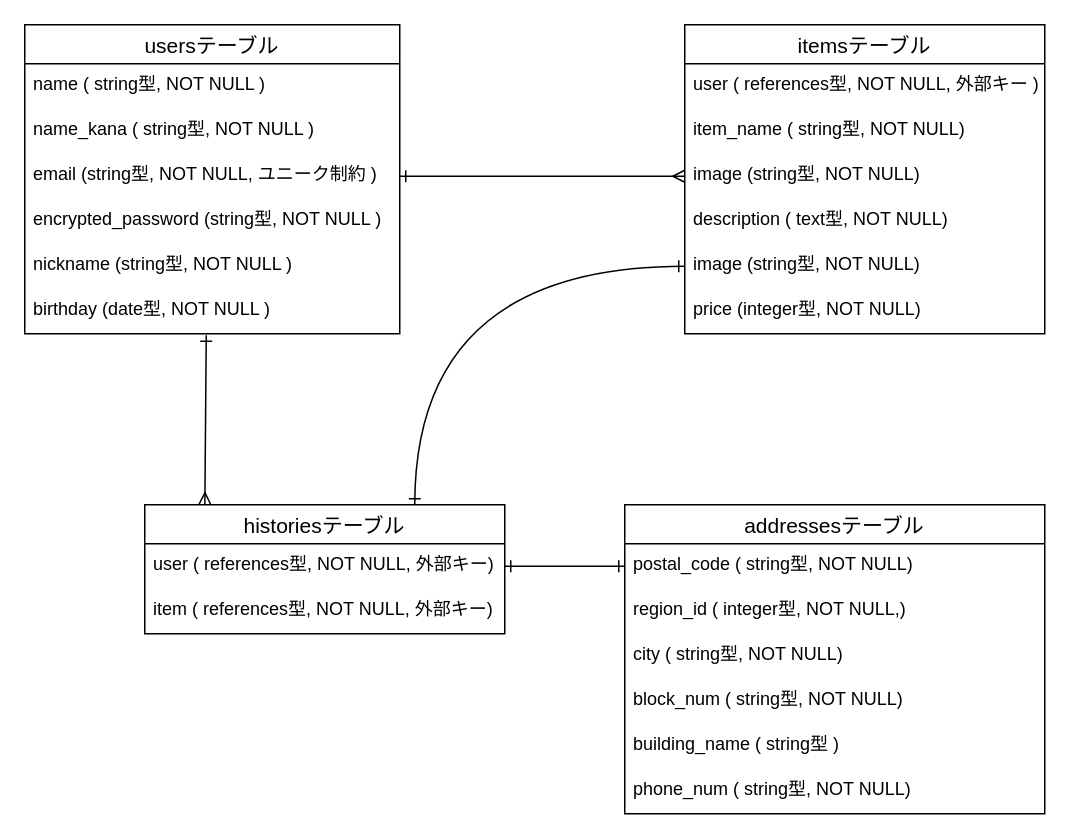
The draw.io diagram .dio in figsday/furima-36907, before the edit. Source tidied: cells renumbered, new cells numbered last; positions are measured from the earlier drawing's top-left corner, leaving out a move shared by most shapes. Both pictures are drawn from the tidied source at 150%, with x=0, y=0 at pixel (24, 24).
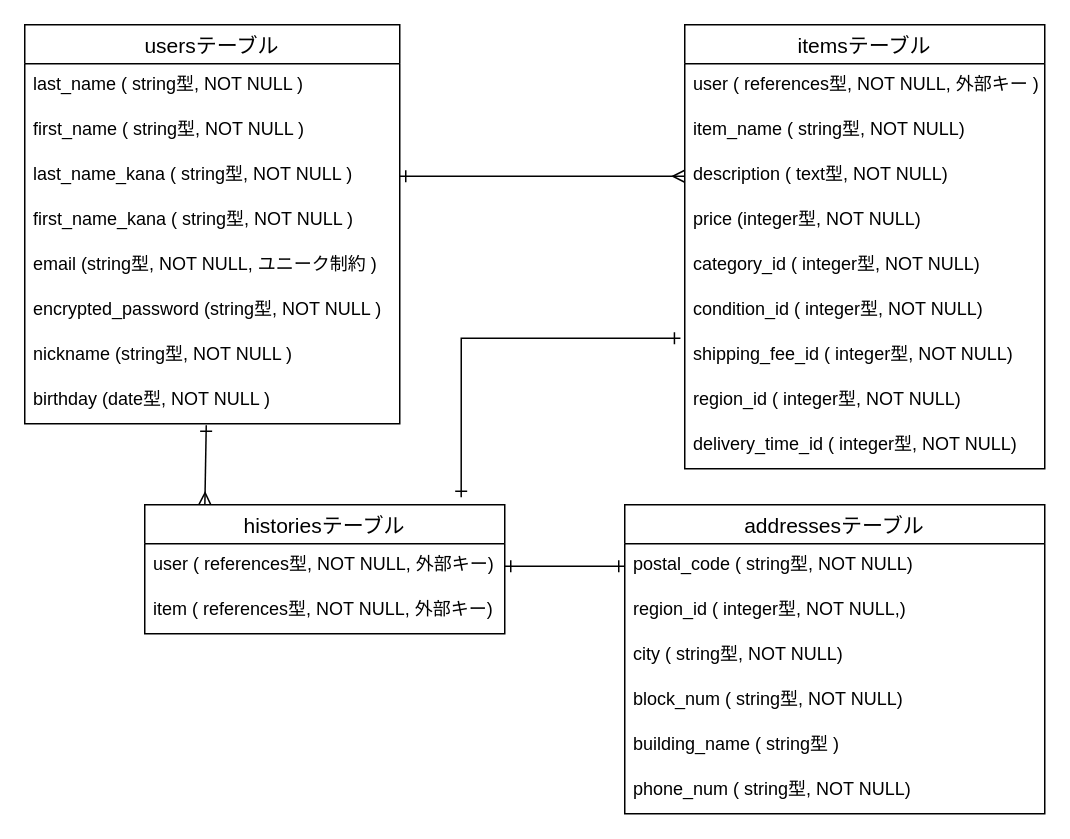
The same diagram, later.

Commit message (it also covers changes not shown here):
データベース修正6

The change refers to these unchanged cells:
```xml
<mxCell id="18" value="historiesテーブル" style="swimlane;fontStyle=0;horizontal=1;startSize=26;align=center;fontSize=14;" parent="1" vertex="1">
  <mxGeometry x="80" y="320" width="240" height="86" as="geometry" />
</mxCell>
```

The edit, as a diff of the source:
```diff
@@
     <mxCell id="2" value="usersテーブル" style="swimlane;fontStyle=0;horizontal=1;startSize=26;align=center;fontSize=14;" parent="1" vertex="1">
-      <mxGeometry width="250" height="206" as="geometry" />
+      <mxGeometry width="250" height="266" as="geometry" />
     </mxCell>
-    <mxCell id="3" value="name ( string型, NOT NULL )" style="text;strokeColor=none;fillColor=none;spacingLeft=4;spacingRight=4;overflow=hidden;fontSize=12;" parent="2" vertex="1">
+    <mxCell id="3" value="last_name ( string型, NOT NULL )" style="text;strokeColor=none;fillColor=none;spacingLeft=4;spacingRight=4;overflow=hidden;fontSize=12;" parent="2" vertex="1">
       <mxGeometry y="26" width="250" height="30" as="geometry" />
     </mxCell>
+    <mxCell id="30" value="first_name ( string型, NOT NULL )" style="text;strokeColor=none;fillColor=none;spacingLeft=4;spacingRight=4;overflow=hidden;fontSize=12;" parent="2" vertex="1">
+      <mxGeometry y="56" width="250" height="30" as="geometry" />
+    </mxCell>
-    <mxCell id="4" value="name_kana ( string型, NOT NULL )" style="text;strokeColor=none;fillColor=none;spacingLeft=4;spacingRight=4;overflow=hidden;fontSize=12;" parent="2" vertex="1">
-      <mxGeometry y="56" width="250" height="30" as="geometry" />
+    <mxCell id="4" value="last_name_kana ( string型, NOT NULL )" style="text;strokeColor=none;fillColor=none;spacingLeft=4;spacingRight=4;overflow=hidden;fontSize=12;" parent="2" vertex="1">
+      <mxGeometry y="86" width="250" height="30" as="geometry" />
     </mxCell>
+    <mxCell id="31" value="first_name_kana ( string型, NOT NULL )" style="text;strokeColor=none;fillColor=none;spacingLeft=4;spacingRight=4;overflow=hidden;fontSize=12;" parent="2" vertex="1">
+      <mxGeometry y="116" width="250" height="30" as="geometry" />
+    </mxCell>
     <mxCell id="5" value="email (string型, NOT NULL, ユニーク制約 )" style="text;strokeColor=none;fillColor=none;spacingLeft=4;spacingRight=4;overflow=hidden;points=[[0,0.5],[1,0.5]];portConstraint=eastwest;fontSize=12;" parent="2" vertex="1">
-      <mxGeometry y="86" width="250" height="30" as="geometry" />
+      <mxGeometry y="146" width="250" height="30" as="geometry" />
     </mxCell>
     <mxCell id="6" value="encrypted_password (string型, NOT NULL )" style="text;strokeColor=none;fillColor=none;spacingLeft=4;spacingRight=4;overflow=hidden;fontSize=12;" parent="2" vertex="1">
-      <mxGeometry y="116" width="250" height="30" as="geometry" />
+      <mxGeometry y="176" width="250" height="30" as="geometry" />
     </mxCell>
     <mxCell id="7" value="nickname (string型, NOT NULL )" style="text;strokeColor=none;fillColor=none;spacingLeft=4;spacingRight=4;overflow=hidden;fontSize=12;" parent="2" vertex="1">
-      <mxGeometry y="146" width="250" height="30" as="geometry" />
+      <mxGeometry y="206" width="250" height="30" as="geometry" />
     </mxCell>
     <mxCell id="8" value="birthday (date型, NOT NULL )" style="text;strokeColor=none;fillColor=none;spacingLeft=4;spacingRight=4;overflow=hidden;points=[[0,0.5],[1,0.5]];portConstraint=eastwest;fontSize=12;" parent="2" vertex="1">
-      <mxGeometry y="176" width="250" height="30" as="geometry" />
+      <mxGeometry y="236" width="250" height="30" as="geometry" />
     </mxCell>
     <mxCell id="9" value="itemsテーブル" style="swimlane;fontStyle=0;horizontal=1;startSize=26;align=center;fontSize=14;" parent="1" vertex="1">
-      <mxGeometry x="440" width="240" height="206" as="geometry" />
+      <mxGeometry x="440" width="240" height="296" as="geometry" />
     </mxCell>
@@
-    <mxCell id="12" value="image (string型, NOT NULL)" style="text;strokeColor=none;fillColor=none;spacingLeft=4;spacingRight=4;overflow=hidden;points=[[0,0.5],[1,0.5]];portConstraint=eastwest;fontSize=12;" parent="9" vertex="1">
-      <mxGeometry y="86" width="240" height="30" as="geometry" />
-    </mxCell>
     <mxCell id="13" value="description ( text型, NOT NULL)" style="text;strokeColor=none;fillColor=none;spacingLeft=4;spacingRight=4;overflow=hidden;fontSize=12;" parent="9" vertex="1">
-      <mxGeometry y="116" width="240" height="30" as="geometry" />
+      <mxGeometry y="86" width="240" height="30" as="geometry" />
     </mxCell>
-    <mxCell id="14" value="image (string型, NOT NULL)" style="text;strokeColor=none;fillColor=none;spacingLeft=4;spacingRight=4;overflow=hidden;points=[[0,0.5],[1,0.5]];portConstraint=eastwest;fontSize=12;" parent="9" vertex="1">
-      <mxGeometry y="146" width="240" height="30" as="geometry" />
-    </mxCell>
     <mxCell id="15" value="price (integer型, NOT NULL)" style="text;strokeColor=none;fillColor=none;spacingLeft=4;spacingRight=4;overflow=hidden;fontSize=12;" parent="9" vertex="1">
-      <mxGeometry y="176" width="240" height="30" as="geometry" />
+      <mxGeometry y="116" width="240" height="30" as="geometry" />
     </mxCell>
+    <mxCell id="32" value="category_id ( integer型, NOT NULL)" style="text;strokeColor=none;fillColor=none;spacingLeft=4;spacingRight=4;overflow=hidden;fontSize=12;" parent="9" vertex="1">
+      <mxGeometry y="146" width="240" height="30" as="geometry" />
+    </mxCell>
+    <mxCell id="33" value="condition_id ( integer型, NOT NULL)" style="text;strokeColor=none;fillColor=none;spacingLeft=4;spacingRight=4;overflow=hidden;fontSize=12;" parent="9" vertex="1">
+      <mxGeometry y="176" width="240" height="30" as="geometry" />
+    </mxCell>
+    <mxCell id="34" value="shipping_fee_id ( integer型, NOT NULL)" style="text;strokeColor=none;fillColor=none;spacingLeft=4;spacingRight=4;overflow=hidden;points=[[0,0.5],[1,0.5]];portConstraint=eastwest;fontSize=12;" parent="9" vertex="1">
+      <mxGeometry y="206" width="240" height="30" as="geometry" />
+    </mxCell>
+    <mxCell id="35" value="region_id ( integer型, NOT NULL)" style="text;strokeColor=none;fillColor=none;spacingLeft=4;spacingRight=4;overflow=hidden;fontSize=12;" parent="9" vertex="1">
+      <mxGeometry y="236" width="240" height="30" as="geometry" />
+    </mxCell>
+    <mxCell id="36" value="delivery_time_id ( integer型, NOT NULL)" style="text;strokeColor=none;fillColor=none;spacingLeft=4;spacingRight=4;overflow=hidden;fontSize=12;" parent="9" vertex="1">
+      <mxGeometry y="266" width="240" height="30" as="geometry" />
+    </mxCell>
@@
-    <mxCell id="17" style="edgeStyle=orthogonalEdgeStyle;rounded=0;jettySize=auto;html=1;exitX=0.75;exitY=0;exitDx=0;exitDy=0;startArrow=ERone;startFill=0;endArrow=ERone;endFill=0;elbow=vertical;curved=1;entryX=0;entryY=0.5;entryDx=0;entryDy=0;" parent="1" edge="1" source="18" target="14">
+    <mxCell id="17" style="rounded=0;jettySize=auto;html=1;exitX=0.879;exitY=-0.058;exitDx=0;exitDy=0;startArrow=ERone;startFill=0;endArrow=ERone;endFill=0;elbow=vertical;entryX=-0.012;entryY=0.1;entryDx=0;entryDy=0;entryPerimeter=0;edgeStyle=orthogonalEdgeStyle;exitPerimeter=0;" parent="1" edge="1" source="18" target="34">
       <mxGeometry relative="1" as="geometry" />
     </mxCell>
@@
-    <mxCell id="28" style="edgeStyle=orthogonalEdgeStyle;rounded=0;jettySize=auto;html=1;exitX=1;exitY=0.5;exitDx=0;exitDy=0;entryX=0;entryY=0.5;entryDx=0;entryDy=0;startArrow=ERone;startFill=0;endArrow=ERmany;endFill=0;" parent="1" edge="1" source="5" target="12">
-      <mxGeometry relative="1" as="geometry" />
+    <mxCell id="28" style="edgeStyle=orthogonalEdgeStyle;rounded=0;orthogonalLoop=1;jettySize=auto;html=1;entryX=0;entryY=0.5;entryDx=0;entryDy=0;startArrow=ERone;startFill=0;endArrow=ERmany;endFill=0;" parent="1" edge="1">
+      <mxGeometry relative="1" as="geometry">
+        <mxPoint x="250" y="101" as="sourcePoint" />
+        <mxPoint x="440" y="101" as="targetPoint" />
+        <Array as="points">
+          <mxPoint x="250" y="101" />
+        </Array>
+      </mxGeometry>
     </mxCell>
```
